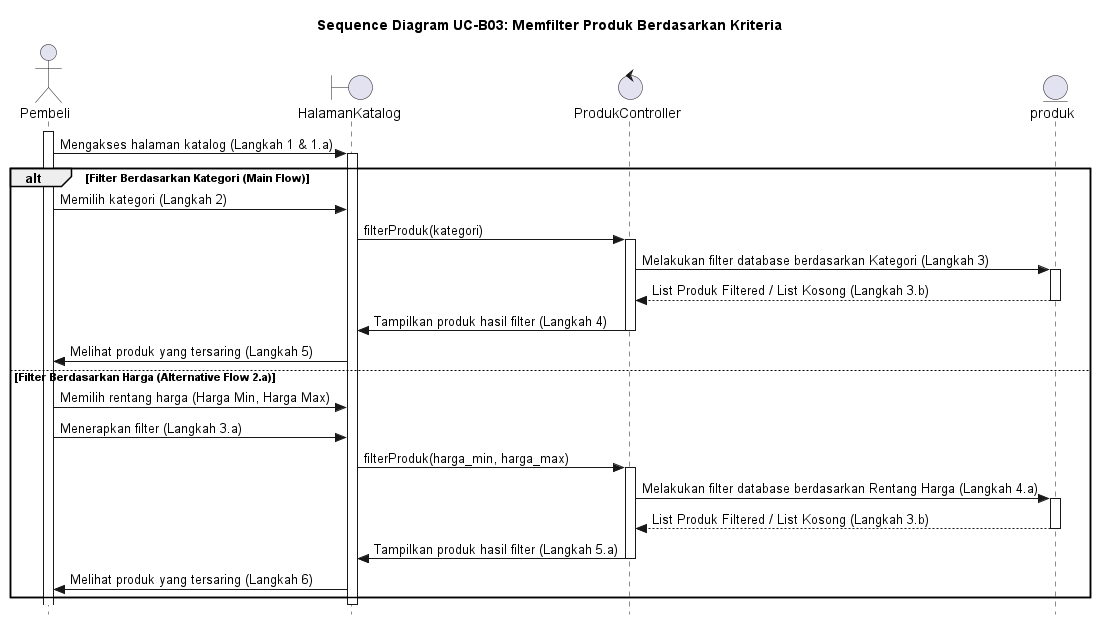
The PlantUML diagram out/UC-B03/SD-UC-B03_MemfilterProduk.png in alfiahnurfa/RSI-PROYEK-AKHIR-SEQUENCE, before a commit.
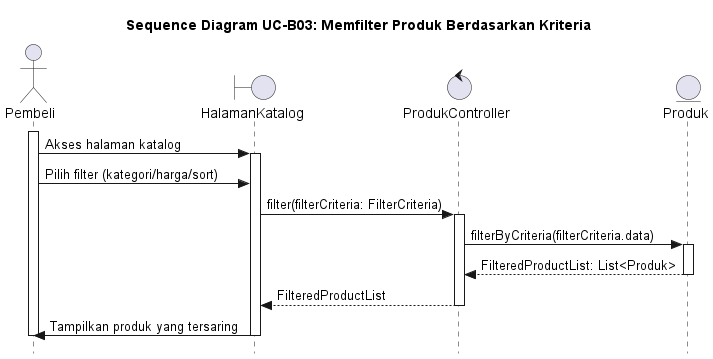
Later version of the same file.

What changed in the source:
```diff
@@ -5,46 +5,27 @@
 actor Pembeli
 boundary HalamanKatalog
 control ProdukController
-entity produk
+entity Produk
 
 activate Pembeli
-Pembeli -> HalamanKatalog : Mengakses halaman katalog (Langkah 1 & 1.a)
+Pembeli -> HalamanKatalog : Akses halaman katalog
 activate HalamanKatalog
 
-alt Filter Berdasarkan Kategori (Main Flow)
-    Pembeli -> HalamanKatalog : Memilih kategori (Langkah 2)
-    HalamanKatalog -> ProdukController : filterProduk(kategori)
-    activate ProdukController
+Pembeli -> HalamanKatalog : Pilih filter (kategori/harga/sort)
 
-    ProdukController -> produk : Melakukan filter database berdasarkan Kategori (Langkah 3)
-    activate produk
-    return List Produk Filtered / List Kosong (Langkah 3.b)
-    deactivate produk
+HalamanKatalog -> ProdukController : filter(filterCriteria: FilterCriteria)
+activate ProdukController
 
-    ProdukController -> HalamanKatalog : Tampilkan produk hasil filter (Langkah 4)
+ProdukController -> Produk : filterByCriteria(filterCriteria.data)
+activate Produk
+Produk --> ProdukController : FilteredProductList: List<Produk>
+deactivate Produk
 
-    deactivate ProdukController
+ProdukController --> HalamanKatalog : FilteredProductList
+deactivate ProdukController
 
-    HalamanKatalog -> Pembeli : Melihat produk yang tersaring (Langkah 5)
-
-else Filter Berdasarkan Harga (Alternative Flow 2.a)
-    Pembeli -> HalamanKatalog : Memilih rentang harga (Harga Min, Harga Max)
-
-    Pembeli -> HalamanKatalog : Menerapkan filter (Langkah 3.a)
-    HalamanKatalog -> ProdukController : filterProduk(harga_min, harga_max)
-    activate ProdukController
-
-    ProdukController -> produk : Melakukan filter database berdasarkan Rentang Harga (Langkah 4.a)
-    activate produk
-    return List Produk Filtered / List Kosong (Langkah 3.b)
-    deactivate produk
-    ProdukController -> HalamanKatalog : Tampilkan produk hasil filter (Langkah 5.a)
-
-    deactivate ProdukController
-
-    HalamanKatalog -> Pembeli : Melihat produk yang tersaring (Langkah 6)
-
-end alt
+HalamanKatalog -> Pembeli : Tampilkan produk yang tersaring
 deactivate HalamanKatalog
+deactivate Pembeli
 
 @enduml
```
